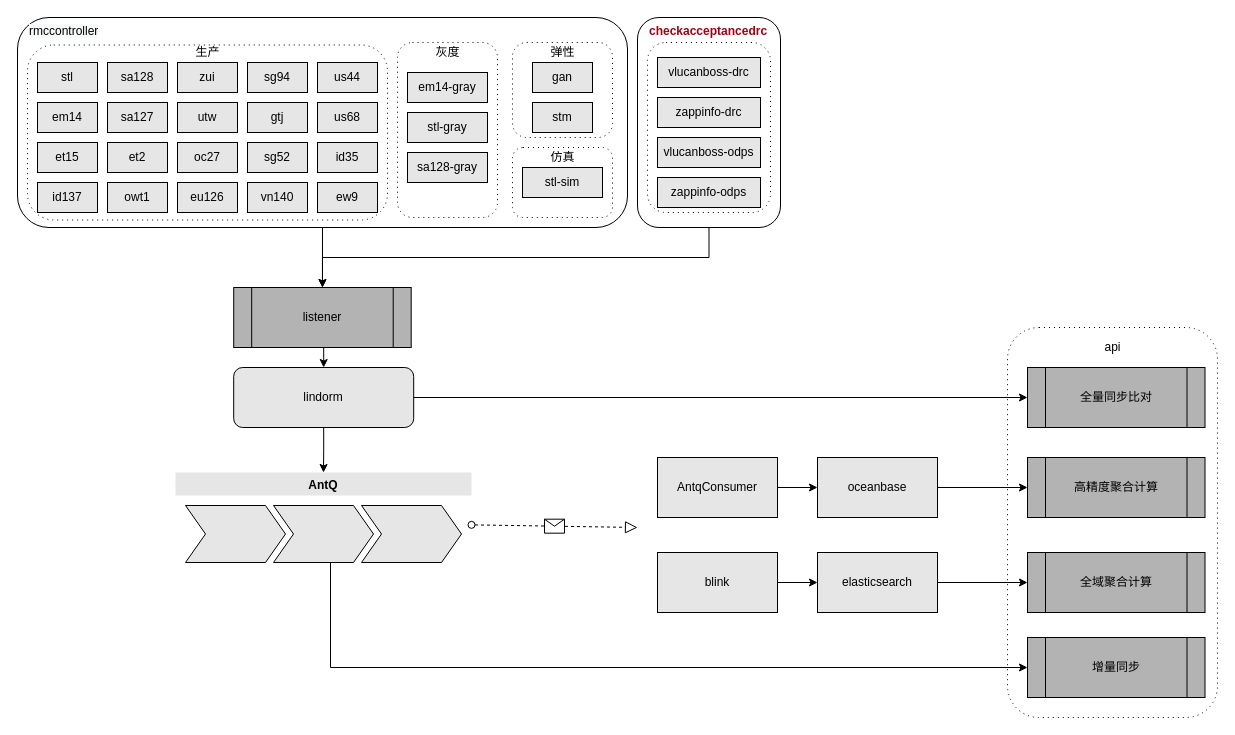
Above: 蚂蚁金服/RMC/蚂蚁金服-RMC-[20200904]-数据链路.drawio in frankneu/draw.io (draw.io), before the change. Source tidied: cells renumbered, new cells numbered last; positions are measured from the earlier drawing's top-left corner, leaving out a move shared by most shapes. Both pictures are drawn from the tidied source at 100%, with x=0, y=0 at pixel (17, 17).
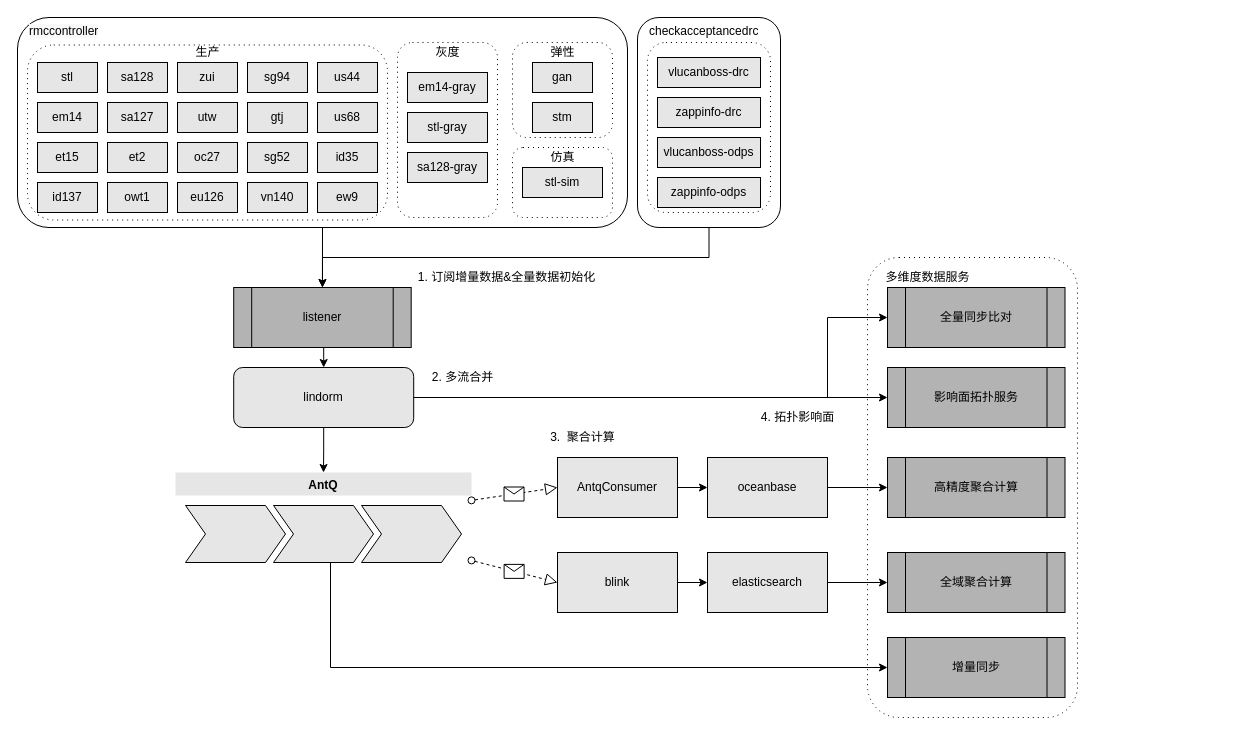
The same page after the edit.

Commit message:
Update 蚂蚁金服-RMC-[20200904]-数据链路.drawio

Unchanged cells that the change refers to:
```xml
<mxCell id="38" value="lindorm" style="rounded=1;whiteSpace=wrap;html=1;fillColor=#E6E6E6;" parent="1" vertex="1">
  <mxGeometry x="216.2" y="350" width="180" height="60" as="geometry" />
</mxCell>
<mxCell id="69" value="AntQ" style="swimlane;horizontal=1;fillColor=#E6E6E6;strokeColor=none;stackBorder=10;align=center;points=[];fontColor=#000000;" parent="1" vertex="1">
  <mxGeometry x="158" y="455" width="296" height="100" as="geometry" />
</mxCell>
```

Change to the diagram source:
```diff
@@
     <mxCell id="8" style="shape=ext;rounded=1;html=1;whiteSpace=wrap;dashed=1;dashPattern=1 4;" parent="1" vertex="1">
-      <mxGeometry x="990" y="310" width="210" height="390" as="geometry" />
+      <mxGeometry x="850" y="240" width="210" height="460" as="geometry" />
     </mxCell>
@@
     <mxCell id="31" value="oceanbase" style="whiteSpace=wrap;html=1;rounded=0;fillColor=#E6E6E6;" parent="1" vertex="1">
-      <mxGeometry x="800" y="440" width="120" height="60" as="geometry" />
+      <mxGeometry x="690" y="440" width="120" height="60" as="geometry" />
     </mxCell>
@@
     <mxCell id="33" value="blink" style="whiteSpace=wrap;html=1;rounded=0;fillColor=#E6E6E6;" parent="1" vertex="1">
-      <mxGeometry x="640" y="535" width="120" height="60" as="geometry" />
+      <mxGeometry x="540" y="535" width="120" height="60" as="geometry" />
     </mxCell>
@@
     <mxCell id="35" value="elasticsearch" style="whiteSpace=wrap;html=1;rounded=0;fillColor=#E6E6E6;" parent="1" vertex="1">
-      <mxGeometry x="800" y="535" width="120" height="60" as="geometry" />
+      <mxGeometry x="690" y="535" width="120" height="60" as="geometry" />
     </mxCell>
@@
+    <mxCell id="74" style="edgeStyle=orthogonalEdgeStyle;rounded=0;jettySize=auto;html=1;exitX=1;exitY=0.5;exitDx=0;exitDy=0;entryX=0;entryY=0.5;entryDx=0;entryDy=0;" parent="1" edge="1" source="38" target="78">
+      <mxGeometry relative="1" as="geometry">
+        <Array as="points">
+          <mxPoint x="810" y="380" />
+          <mxPoint x="810" y="300" />
+        </Array>
+      </mxGeometry>
+    </mxCell>
@@
-    <mxCell id="55" value="&lt;font color=&quot;rgba(0, 0, 0, 0.850980392156863)&quot; style=&quot;font-size: 12px&quot;&gt;&lt;span style=&quot;background-color: rgb(255 , 255 , 255)&quot;&gt;&lt;b&gt;checkacceptancedrc&lt;/b&gt;&lt;/span&gt;&lt;/font&gt;" style="text;whiteSpace=wrap;html=1;" parent="1" vertex="1">
+    <mxCell id="55" value="&lt;font style=&quot;font-size: 12px&quot;&gt;&lt;span style=&quot;background-color: rgb(255 , 255 , 255)&quot;&gt;checkacceptancedrc&lt;/span&gt;&lt;/font&gt;" style="text;whiteSpace=wrap;html=1;" parent="1" vertex="1">
       <mxGeometry x="630" width="90" height="30" as="geometry" />
     </mxCell>
-    <mxCell id="56" style="startArrow=oval;startFill=0;startSize=7;endArrow=block;endFill=0;endSize=10;dashed=1;html=1;strokeColor=#000000;fillColor=#E6E6E6;" parent="1" edge="1" source="69">
-      <mxGeometry relative="1" as="geometry">
-        <mxPoint x="620" y="510" as="targetPoint" />
-      </mxGeometry>
+    <mxCell id="56" style="startArrow=oval;startFill=0;startSize=7;endArrow=block;endFill=0;endSize=10;dashed=1;html=1;strokeColor=#000000;fillColor=#E6E6E6;entryX=0;entryY=0.5;entryDx=0;entryDy=0;" parent="1" edge="1" source="69" target="59">
+      <mxGeometry relative="1" as="geometry" />
     </mxCell>
@@
     <mxCell id="59" value="AntqConsumer" style="whiteSpace=wrap;html=1;rounded=0;fillColor=#E6E6E6;" parent="1" vertex="1">
-      <mxGeometry x="640" y="440" width="120" height="60" as="geometry" />
+      <mxGeometry x="540" y="440" width="120" height="60" as="geometry" />
     </mxCell>
@@
-    <mxCell id="64" value="&lt;span&gt;全量同步比对&lt;/span&gt;" style="shape=process;whiteSpace=wrap;html=1;backgroundOutline=1;strokeColor=#000000;fillColor=#B3B3B3;" parent="1" vertex="1">
-      <mxGeometry x="1010" y="350" width="177.5" height="60" as="geometry" />
+    <mxCell id="64" value="&lt;span&gt;影响面拓扑服务&lt;/span&gt;" style="shape=process;whiteSpace=wrap;html=1;backgroundOutline=1;strokeColor=#000000;fillColor=#B3B3B3;" parent="1" vertex="1">
+      <mxGeometry x="870" y="350" width="177.5" height="60" as="geometry" />
     </mxCell>
     <mxCell id="65" value="&lt;span&gt;高精度聚合计算&lt;/span&gt;" style="shape=process;whiteSpace=wrap;html=1;backgroundOutline=1;strokeColor=#000000;fillColor=#B3B3B3;" parent="1" vertex="1">
-      <mxGeometry x="1010" y="440" width="177.5" height="60" as="geometry" />
+      <mxGeometry x="870" y="440" width="177.5" height="60" as="geometry" />
     </mxCell>
     <mxCell id="66" value="全域聚合计算" style="shape=process;whiteSpace=wrap;html=1;backgroundOutline=1;strokeColor=#000000;fillColor=#B3B3B3;" parent="1" vertex="1">
-      <mxGeometry x="1010" y="535" width="177.5" height="60" as="geometry" />
+      <mxGeometry x="870" y="535" width="177.5" height="60" as="geometry" />
     </mxCell>
     <mxCell id="67" value="&lt;span&gt;增量同步&lt;/span&gt;" style="shape=process;whiteSpace=wrap;html=1;backgroundOutline=1;strokeColor=#000000;fillColor=#B3B3B3;" parent="1" vertex="1">
-      <mxGeometry x="1010" y="620" width="177.5" height="60" as="geometry" />
+      <mxGeometry x="870" y="620" width="177.5" height="60" as="geometry" />
     </mxCell>
@@
-    <mxCell id="73" value="api" style="text;html=1;align=center;verticalAlign=middle;" parent="1" vertex="1">
-      <mxGeometry x="1080" y="320" width="30" height="20" as="geometry" />
+    <mxCell id="73" value="多维度数据服务" style="text;html=1;align=center;verticalAlign=middle;" parent="1" vertex="1">
+      <mxGeometry x="860" y="250" width="100" height="20" as="geometry" />
     </mxCell>
+    <mxCell id="75" value="1. 订阅增量数据&amp;amp;全量数据初始化" style="text;html=1;align=center;verticalAlign=middle;" parent="1" vertex="1">
+      <mxGeometry x="393.8" y="250" width="190" height="20" as="geometry" />
+    </mxCell>
+    <mxCell id="76" value="2. 多流合并" style="text;html=1;align=center;verticalAlign=middle;" parent="1" vertex="1">
+      <mxGeometry x="405" y="350" width="80" height="20" as="geometry" />
+    </mxCell>
+    <mxCell id="77" value="3.&amp;nbsp; 聚合计算" style="text;html=1;align=center;verticalAlign=middle;" parent="1" vertex="1">
+      <mxGeometry x="525" y="410" width="80" height="20" as="geometry" />
+    </mxCell>
+    <mxCell id="78" value="&lt;span&gt;全量同步比对&lt;/span&gt;" style="shape=process;whiteSpace=wrap;html=1;backgroundOutline=1;strokeColor=#000000;fillColor=#B3B3B3;" parent="1" vertex="1">
+      <mxGeometry x="870" y="270" width="177.5" height="60" as="geometry" />
+    </mxCell>
+    <mxCell id="79" style="startArrow=oval;startFill=0;startSize=7;endArrow=block;endFill=0;endSize=10;dashed=1;html=1;strokeColor=#000000;fillColor=#E6E6E6;entryX=0;entryY=0.5;entryDx=0;entryDy=0;" parent="1" edge="1" source="69" target="33">
+      <mxGeometry relative="1" as="geometry" />
+    </mxCell>
+    <mxCell id="80" style="shape=message;html=1;" parent="79" vertex="1">
+      <mxGeometry width="20" height="14" relative="1" as="geometry">
+        <mxPoint x="-10" y="-7" as="offset" />
+      </mxGeometry>
+    </mxCell>
+    <mxCell id="81" value="4. 拓扑影响面" style="text;html=1;align=center;verticalAlign=middle;" parent="1" vertex="1">
+      <mxGeometry x="735" y="390" width="90" height="20" as="geometry" />
+    </mxCell>
```
